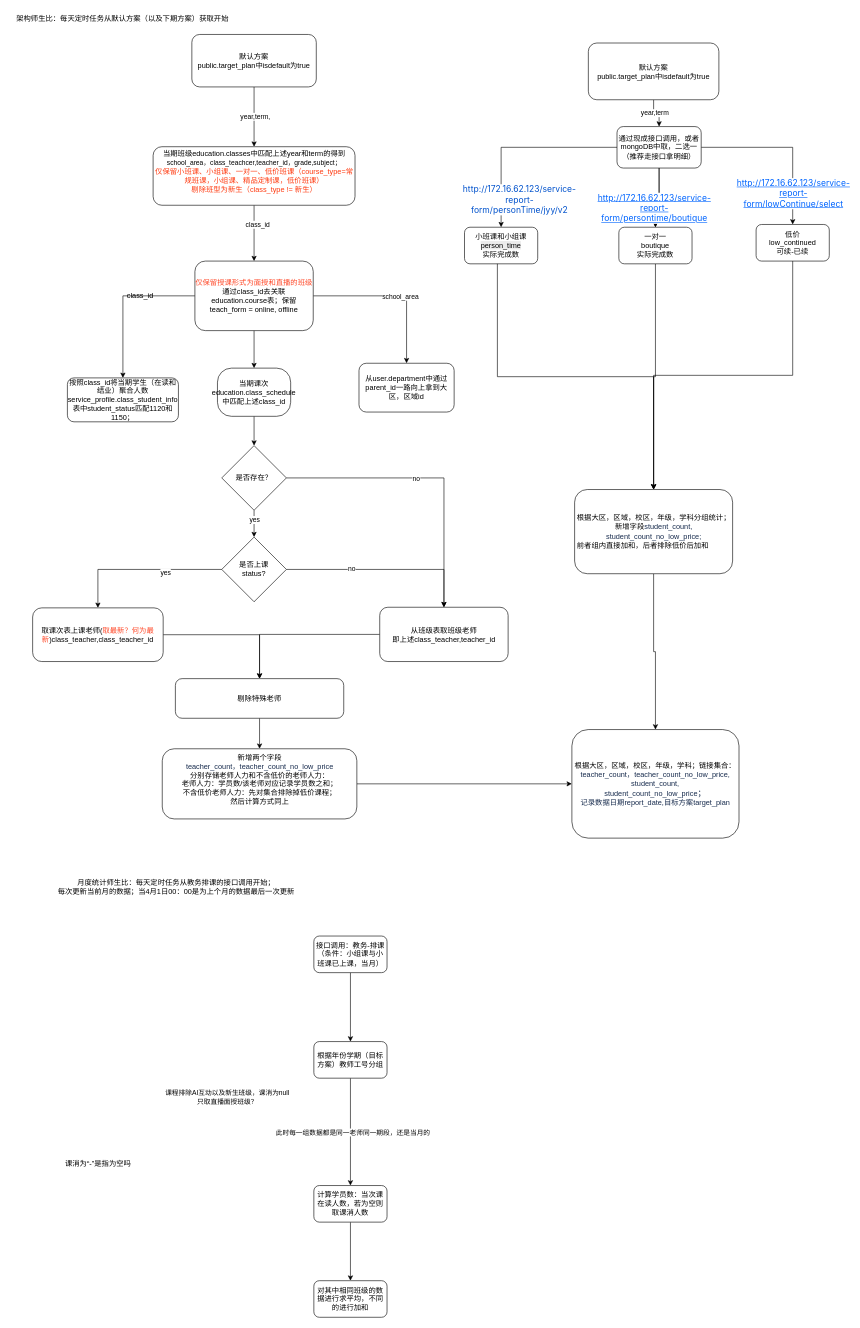
This is 师生比程序流图.drawio from KinMan-ZHR/picture-bed, a draw.io file, before an edit. Source tidied: cells renumbered, new cells numbered last; positions are measured from the earlier drawing's top-left corner, leaving out a move shared by most shapes. Both pictures are drawn from the tidied source at 61%, with x=0, y=0 at pixel (10, 10).
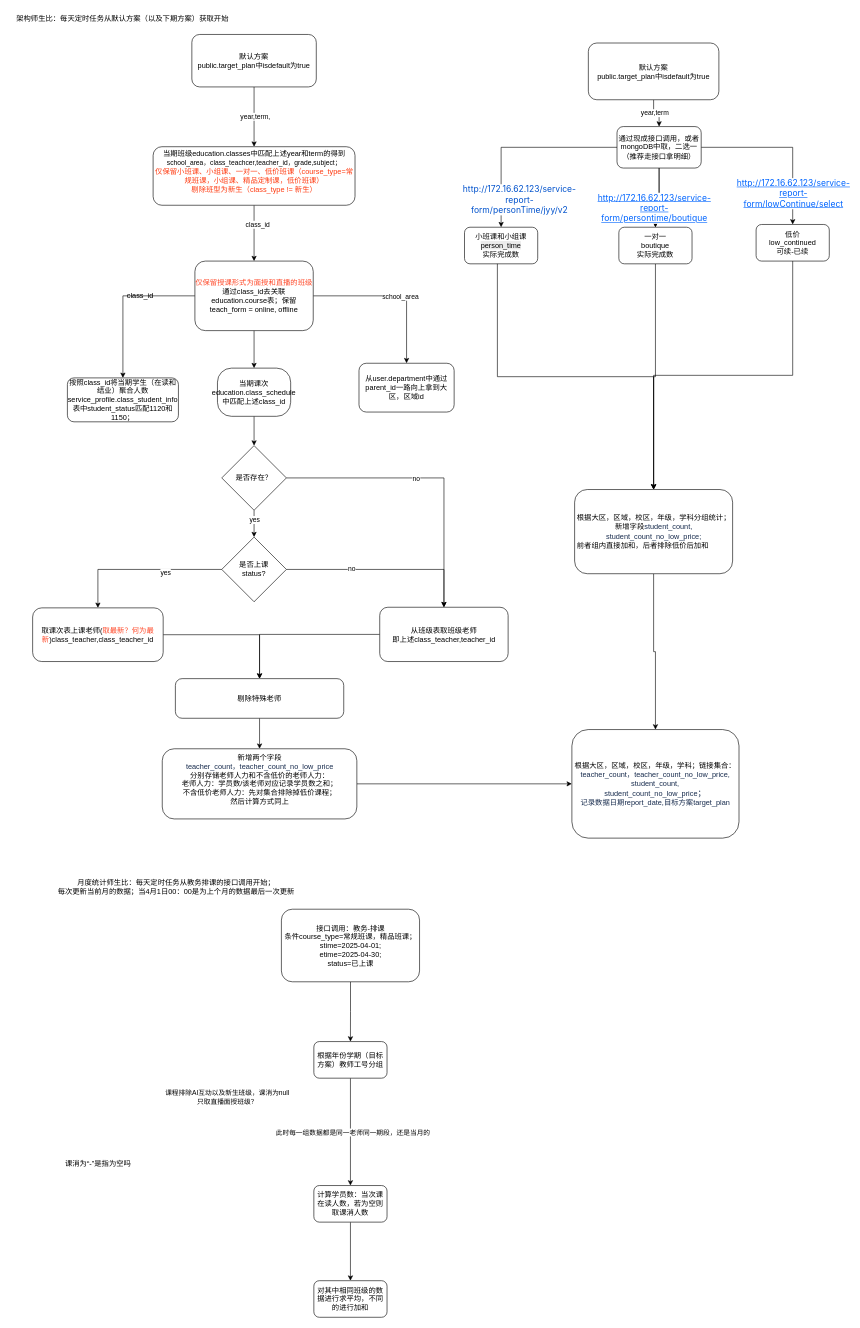
The same diagram, later.

Commit message (it also covers changes not shown here):
更新师生比程序流图.drawio

Change to the diagram source:
```diff
@@
-    <mxCell id="10" value="接口调用：教务-排课（条件：小组课与小班课已上课，当月）" style="rounded=1;whiteSpace=wrap;html=1;" parent="1" vertex="1">
-      <mxGeometry x="497" y="1517" width="120" height="60" as="geometry" />
+    <mxCell id="10" value="接口调用：教务-排课&lt;div&gt;条件course_type=常规班课，精品班课；&lt;/div&gt;&lt;div&gt;stime=2025-04-01;&lt;div&gt;etime=2025-04-30;&lt;/div&gt;&lt;/div&gt;&lt;div&gt;status=已上课&lt;/div&gt;" style="rounded=1;whiteSpace=wrap;html=1;" parent="1" vertex="1">
+      <mxGeometry x="443.8" y="1473" width="226.5" height="119" as="geometry" />
     </mxCell>
```
